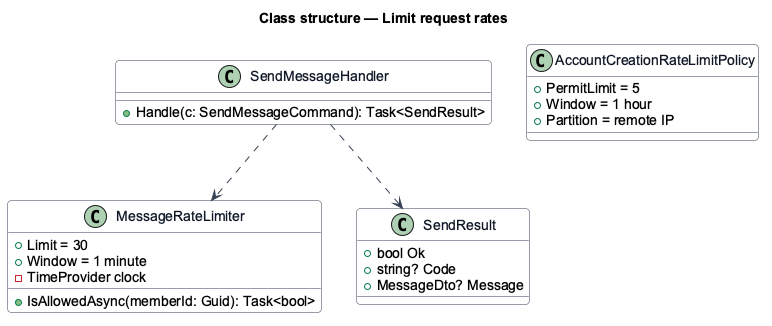
Above: docs/detailed-designs/security/limit-request-rates/diagrams/class.png in QuinntyneBrown/christian-fitness (PlantUML), before the change. The source it was exported from:
```plantuml
@startuml
skinparam backgroundColor #FFFFFF
skinparam shadowing false
skinparam roundcorner 8
skinparam defaultFontName Arial
skinparam ArrowColor #344054
skinparam class {
  BorderColor #344054
  FontColor #101828
  BackgroundColor #F9FAFB
}
title Class structure — Limit request rates

class MessageRateLimiter {
  +Limit = 30
  +Window = 1 minute
  -TimeProvider clock
  +IsAllowedAsync(memberId: Guid): Task<bool>
}
class SendMessageHandler {
  +Handle(c: SendMessageCommand): Task<SendResult>
}
class SendResult {
  +bool Ok
  +string? Code
  +MessageDto? Message
}
class AccountCreationRateLimitPolicy {
  +PermitLimit = 5
  +Window = 1 hour
  +Partition = remote IP
}
SendMessageHandler ..> MessageRateLimiter
SendMessageHandler ..> SendResult
@enduml
```
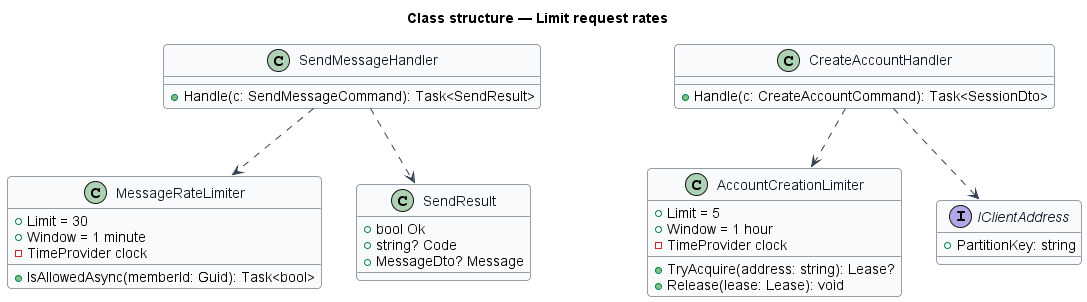
The same file after the commit.

Change to the diagram source:
```diff
@@ -25,11 +25,21 @@
   +string? Code
   +MessageDto? Message
 }
-class AccountCreationRateLimitPolicy {
-  +PermitLimit = 5
+class AccountCreationLimiter {
+  +Limit = 5
   +Window = 1 hour
-  +Partition = remote IP
+  -TimeProvider clock
+  +TryAcquire(address: string): Lease?
+  +Release(lease: Lease): void
+}
+interface IClientAddress {
+  +PartitionKey: string
+}
+class CreateAccountHandler {
+  +Handle(c: CreateAccountCommand): Task<SessionDto>
 }
 SendMessageHandler ..> MessageRateLimiter
 SendMessageHandler ..> SendResult
+CreateAccountHandler ..> AccountCreationLimiter
+CreateAccountHandler ..> IClientAddress
 @enduml
```
